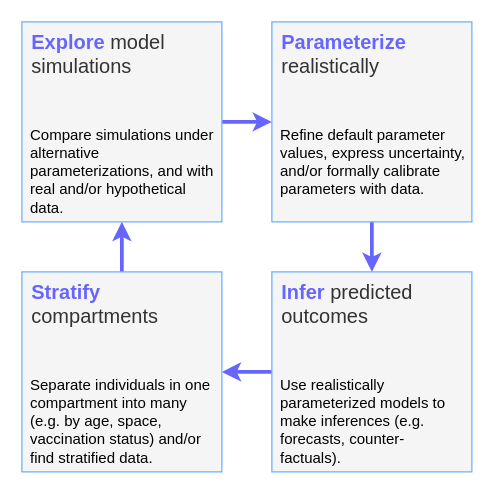
Earlier version of the draw.io diagram modelling-cycle.drawio (papsti/macpan-workshop). Source tidied: cells renumbered, new cells numbered last; positions are measured from the earlier drawing's top-left corner, leaving out a move shared by most shapes. Both pictures are drawn from the tidied source at 125%, with x=0, y=0 at pixel (21, 21).
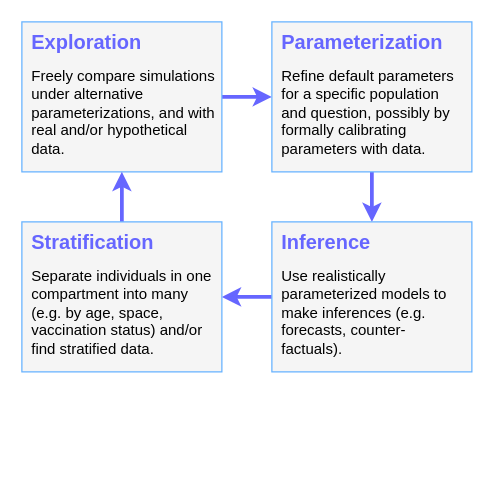
Above is the later version.

Diff of the diagram source:
```diff
@@
 <mxGraphModel>
   <root>
     <mxCell id="0" />
     <mxCell id="1" parent="0" />
     <mxCell id="2" style="edgeStyle=orthogonalEdgeStyle;rounded=0;jettySize=auto;html=1;exitX=1;exitY=0.5;exitDx=0;exitDy=0;entryX=0;entryY=0.5;entryDx=0;entryDy=0;horizontal=1;spacingTop=6;align=left;spacingLeft=6;jumpSize=8;strokeWidth=3;strokeColor=#6666FF;fillColor=#f5f5f5;" parent="1" edge="1" source="3" target="5">
       <mxGeometry relative="1" as="geometry" />
     </mxCell>
-    <mxCell id="3" value="&lt;font style=&quot;font-size: 16px;&quot;&gt;&lt;b style=&quot;font-size: 16px;&quot;&gt;&lt;font style=&quot;font-size: 16px;&quot; color=&quot;#6666ff&quot;&gt;Explore&lt;/font&gt;&amp;nbsp;&lt;/b&gt;model simulations&lt;/font&gt;" style="rounded=0;whiteSpace=wrap;html=1;verticalAlign=top;horizontal=1;spacingTop=0;fontSize=16;align=left;spacingLeft=6;fillColor=#f5f5f5;fontColor=#333333;strokeColor=#66B2FF;" parent="1" vertex="1">
-      <mxGeometry width="160" height="160" as="geometry" />
+    <mxCell id="3" value="&lt;font style=&quot;font-size: 16px;&quot;&gt;&lt;b style=&quot;font-size: 16px;&quot;&gt;&lt;font style=&quot;font-size: 16px;&quot; color=&quot;#6666ff&quot;&gt;Exploration&lt;/font&gt;&lt;/b&gt;&lt;/font&gt;" style="rounded=0;whiteSpace=wrap;html=1;verticalAlign=top;horizontal=1;spacingTop=0;fontSize=16;align=left;spacingLeft=6;fillColor=#f5f5f5;fontColor=#333333;strokeColor=#66B2FF;" parent="1" vertex="1">
+      <mxGeometry width="160" height="120" as="geometry" />
     </mxCell>
     <mxCell id="4" style="edgeStyle=orthogonalEdgeStyle;rounded=0;jettySize=auto;html=1;exitX=0.5;exitY=1;exitDx=0;exitDy=0;entryX=0.5;entryY=0;entryDx=0;entryDy=0;horizontal=1;spacingTop=6;align=left;spacingLeft=6;jumpSize=8;strokeWidth=3;strokeColor=#6666FF;fillColor=#f5f5f5;" parent="1" edge="1" source="5" target="7">
       <mxGeometry relative="1" as="geometry" />
     </mxCell>
-    <mxCell id="5" value="&lt;font style=&quot;font-size: 16px;&quot;&gt;&lt;font style=&quot;font-size: 16px;&quot; color=&quot;#6666ff&quot;&gt;&lt;b style=&quot;font-size: 16px;&quot;&gt;Parameterize&lt;/b&gt;&lt;/font&gt;&lt;span style=&quot;font-size: 16px;&quot;&gt; &lt;/span&gt;&lt;span style=&quot;font-size: 16px;&quot;&gt;realistically&lt;/span&gt;&lt;br style=&quot;font-size: 16px;&quot;&gt;&lt;/font&gt;" style="rounded=0;whiteSpace=wrap;html=1;verticalAlign=top;horizontal=1;spacingTop=0;fontSize=16;align=left;spacingLeft=6;fillColor=#f5f5f5;fontColor=#333333;strokeColor=#66B2FF;" parent="1" vertex="1">
-      <mxGeometry x="200" width="160" height="160" as="geometry" />
+    <mxCell id="5" value="&lt;font style=&quot;font-size: 16px;&quot;&gt;&lt;font style=&quot;font-size: 16px;&quot; color=&quot;#6666ff&quot;&gt;&lt;b style=&quot;font-size: 16px;&quot;&gt;Parameterization&lt;/b&gt;&lt;/font&gt;&lt;br style=&quot;font-size: 16px;&quot;&gt;&lt;/font&gt;" style="rounded=0;whiteSpace=wrap;html=1;verticalAlign=top;horizontal=1;spacingTop=0;fontSize=16;align=left;spacingLeft=6;fillColor=#f5f5f5;fontColor=#333333;strokeColor=#66B2FF;" parent="1" vertex="1">
+      <mxGeometry x="200" width="160" height="120" as="geometry" />
     </mxCell>
     <mxCell id="6" style="edgeStyle=orthogonalEdgeStyle;rounded=0;jettySize=auto;html=1;exitX=0;exitY=0.5;exitDx=0;exitDy=0;entryX=1;entryY=0.5;entryDx=0;entryDy=0;horizontal=1;spacingTop=6;align=left;spacingLeft=6;jumpSize=8;strokeWidth=3;strokeColor=#6666FF;fillColor=#f5f5f5;" parent="1" edge="1" source="7" target="9">
       <mxGeometry relative="1" as="geometry" />
     </mxCell>
-    <mxCell id="7" value="&lt;font style=&quot;font-size: 16px;&quot;&gt;&lt;b style=&quot;font-size: 16px;&quot;&gt;&lt;font style=&quot;font-size: 16px;&quot; color=&quot;#6666ff&quot;&gt;Infer&lt;/font&gt;&amp;nbsp;&lt;/b&gt;predicted outcomes&lt;/font&gt;" style="rounded=0;whiteSpace=wrap;html=1;verticalAlign=top;horizontal=1;spacingTop=0;fontSize=16;align=left;spacingLeft=6;fillColor=#f5f5f5;fontColor=#333333;strokeColor=#66B2FF;" parent="1" vertex="1">
-      <mxGeometry x="200" y="200" width="160" height="160" as="geometry" />
+    <mxCell id="7" value="&lt;font style=&quot;font-size: 16px;&quot;&gt;&lt;b style=&quot;font-size: 16px;&quot;&gt;&lt;font style=&quot;font-size: 16px;&quot; color=&quot;#6666ff&quot;&gt;Inference&lt;/font&gt;&lt;/b&gt;&lt;/font&gt;" style="rounded=0;whiteSpace=wrap;html=1;verticalAlign=top;horizontal=1;spacingTop=0;fontSize=16;align=left;spacingLeft=6;fillColor=#f5f5f5;fontColor=#333333;strokeColor=#66B2FF;" parent="1" vertex="1">
+      <mxGeometry x="200" y="160" width="160" height="120" as="geometry" />
     </mxCell>
     <mxCell id="8" style="edgeStyle=orthogonalEdgeStyle;rounded=0;jettySize=auto;html=1;exitX=0.5;exitY=0;exitDx=0;exitDy=0;entryX=0.5;entryY=1;entryDx=0;entryDy=0;horizontal=1;spacingTop=6;align=left;spacingLeft=6;jumpSize=8;strokeWidth=3;strokeColor=#6666FF;fillColor=#f5f5f5;" parent="1" edge="1" source="9" target="3">
       <mxGeometry relative="1" as="geometry" />
     </mxCell>
-    <mxCell id="9" value="&lt;font style=&quot;font-size: 16px;&quot;&gt;&lt;b style=&quot;font-size: 16px;&quot;&gt;&lt;font style=&quot;font-size: 16px;&quot; color=&quot;#6666ff&quot;&gt;Stratify&lt;/font&gt;&amp;nbsp;&lt;br style=&quot;font-size: 16px;&quot;&gt;&lt;/b&gt;compartments&lt;/font&gt;" style="rounded=0;whiteSpace=wrap;html=1;verticalAlign=top;horizontal=1;spacingTop=0;fontSize=16;align=left;spacingLeft=6;fillColor=#f5f5f5;fontColor=#333333;strokeColor=#66B2FF;" parent="1" vertex="1">
-      <mxGeometry y="200" width="160" height="160" as="geometry" />
+    <mxCell id="9" value="&lt;font style=&quot;font-size: 16px;&quot;&gt;&lt;b style=&quot;font-size: 16px;&quot;&gt;&lt;font style=&quot;font-size: 16px;&quot; color=&quot;#6666ff&quot;&gt;Stratification&lt;/font&gt;&lt;/b&gt;&lt;br&gt;&lt;/font&gt;" style="rounded=0;whiteSpace=wrap;html=1;verticalAlign=top;horizontal=1;spacingTop=0;fontSize=16;align=left;spacingLeft=6;fillColor=#f5f5f5;fontColor=#333333;strokeColor=#66B2FF;" parent="1" vertex="1">
+      <mxGeometry y="160" width="160" height="120" as="geometry" />
     </mxCell>
-    <mxCell id="10" value="Compare simulations under alternative parameterizations, and with real and/or hypothetical data." style="rounded=0;whiteSpace=wrap;html=1;strokeColor=none;fontSize=12;align=left;fillColor=none;verticalAlign=top;" parent="1" vertex="1">
-      <mxGeometry x="5" y="77" width="150" height="80" as="geometry" />
+    <mxCell id="10" value="Freely compare simulations under alternative parameterizations, and with real and/or hypothetical data." style="rounded=0;whiteSpace=wrap;html=1;strokeColor=none;fontSize=12;align=left;fillColor=none;verticalAlign=top;" parent="1" vertex="1">
+      <mxGeometry x="6" y="30" width="149" height="80" as="geometry" />
     </mxCell>
     <mxCell id="11" value="Separate individuals in one compartment into many (e.g. by age, space, vaccination status) and/or find stratified data." style="rounded=0;whiteSpace=wrap;html=1;strokeColor=none;fontSize=12;align=left;fillColor=none;verticalAlign=top;" parent="1" vertex="1">
-      <mxGeometry x="5" y="277" width="150" height="80" as="geometry" />
+      <mxGeometry x="6" y="190" width="149" height="80" as="geometry" />
     </mxCell>
     <mxCell id="12" value="Use realistically parameterized models to make inferences (e.g. forecasts, counter-factuals)." style="rounded=0;whiteSpace=wrap;html=1;strokeColor=none;fontSize=12;align=left;fillColor=none;verticalAlign=top;" parent="1" vertex="1">
-      <mxGeometry x="205" y="277" width="150" height="80" as="geometry" />
+      <mxGeometry x="206" y="190" width="149" height="80" as="geometry" />
     </mxCell>
-    <mxCell id="13" value="Refine default parameter values, express uncertainty, and/or formally calibrate parameters with data." style="rounded=0;whiteSpace=wrap;html=1;strokeColor=none;fontSize=12;align=left;fillColor=none;verticalAlign=top;" parent="1" vertex="1">
-      <mxGeometry x="205" y="77" width="150" height="80" as="geometry" />
+    <mxCell id="13" value="Refine default parameters for a specific population and question, possibly by formally calibrating parameters with data." style="rounded=0;whiteSpace=wrap;html=1;strokeColor=none;fontSize=12;align=left;fillColor=none;verticalAlign=top;" parent="1" vertex="1">
+      <mxGeometry x="206" y="30" width="149" height="80" as="geometry" />
     </mxCell>
   </root>
 </mxGraphModel>
```
